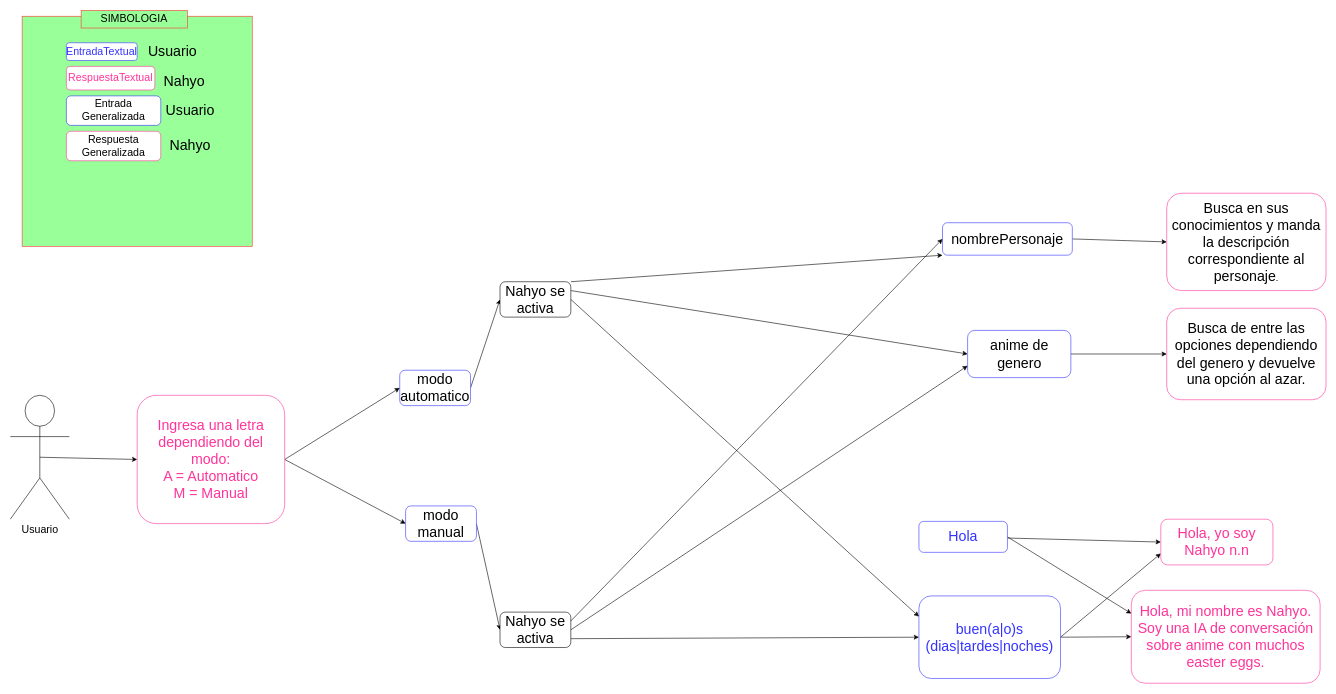
Earlier version of the draw.io diagram Diagrama/DiagramaGeneral.drawio (cynthializbeth/ChatBot). Source tidied: cells renumbered, new cells numbered last; positions are measured from the earlier drawing's top-left corner, leaving out a move shared by most shapes. Both pictures are drawn from the tidied source at 59%, with x=0, y=0 at pixel (10, 10).
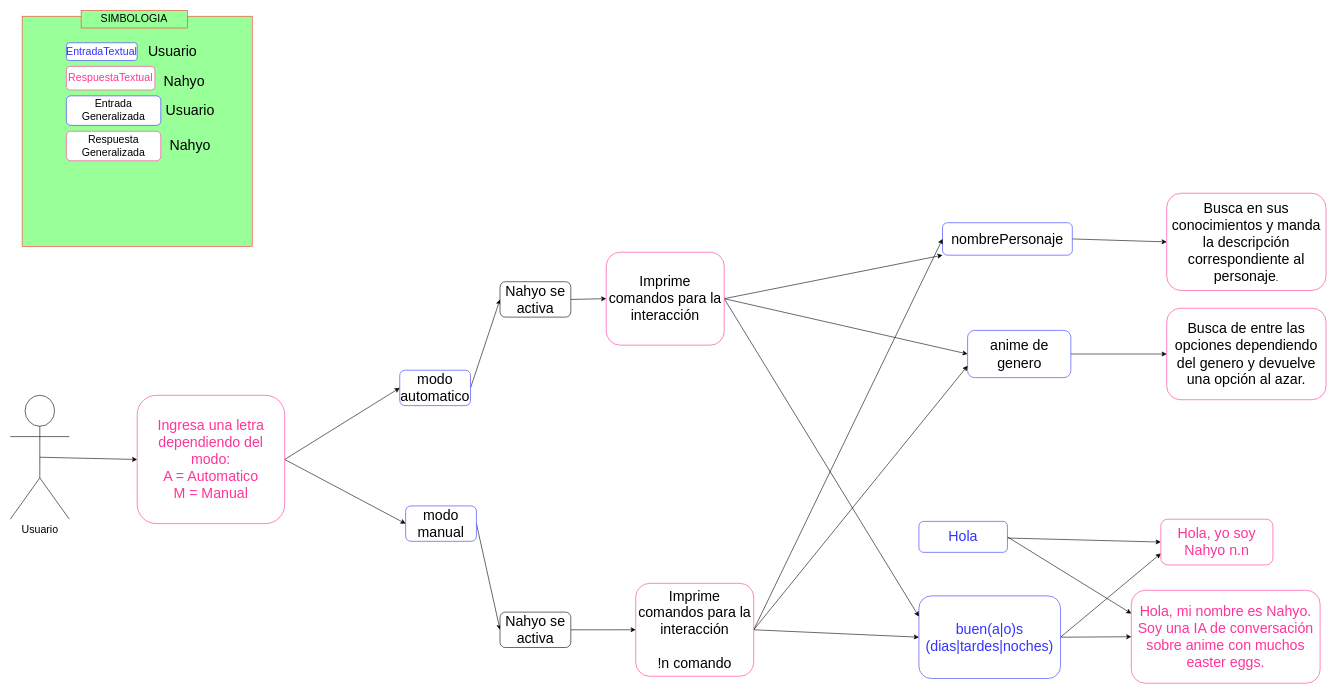
Above is the later version.

Unchanged cells that the change refers to:
```xml
<mxCell id="8" value="&lt;font style=&quot;font-size: 24px;&quot; color=&quot;#3333FF&quot;&gt;buen(a|o)s (dias|tardes|noches)&lt;/font&gt;" style="rounded=1;whiteSpace=wrap;html=1;strokeColor=#3333FF;" parent="1" vertex="1">
  <mxGeometry x="1540" y="992.5" width="240" height="140" as="geometry" />
</mxCell>
<mxCell id="20" value="&lt;font style=&quot;font-size: 24px;&quot;&gt;nombrePersonaje&lt;/font&gt;" style="rounded=1;whiteSpace=wrap;html=1;strokeColor=#3333FF;" parent="1" vertex="1">
  <mxGeometry x="1580" y="360" width="220" height="55" as="geometry" />
</mxCell>
<mxCell id="23" value="&lt;font style=&quot;font-size: 24px;&quot;&gt;anime de genero&lt;/font&gt;" style="rounded=1;whiteSpace=wrap;html=1;strokeColor=#3333FF;" parent="1" vertex="1">
  <mxGeometry x="1622.5" y="542.5" width="175" height="80" as="geometry" />
</mxCell>
<mxCell id="35" value="Nahyo se activa" style="rounded=1;whiteSpace=wrap;html=1;fontSize=24;" parent="1" vertex="1">
  <mxGeometry x="830" y="460" width="120" height="60" as="geometry" />
</mxCell>
<mxCell id="39" value="Nahyo se activa" style="rounded=1;whiteSpace=wrap;html=1;fontSize=24;" parent="1" vertex="1">
  <mxGeometry x="830" y="1020" width="120" height="60" as="geometry" />
</mxCell>
```

Diff of the diagram source:
```diff
@@
-    <mxCell id="32" style="edgeStyle=none;rounded=0;jettySize=auto;html=1;exitX=1;exitY=0.5;exitDx=0;exitDy=0;entryX=0;entryY=0.25;entryDx=0;entryDy=0;fontSize=24;" parent="1" edge="1" source="35" target="8">
+    <mxCell id="32" style="edgeStyle=none;rounded=0;jettySize=auto;html=1;exitX=1;exitY=0.5;exitDx=0;exitDy=0;entryX=0;entryY=0.25;entryDx=0;entryDy=0;fontSize=24;" parent="1" edge="1" source="46" target="8">
       <mxGeometry relative="1" as="geometry" />
     </mxCell>
-    <mxCell id="33" style="edgeStyle=none;rounded=0;jettySize=auto;html=1;exitX=1;exitY=0.25;exitDx=0;exitDy=0;entryX=0;entryY=0.5;entryDx=0;entryDy=0;fontSize=24;" parent="1" edge="1" source="35" target="23">
+    <mxCell id="33" style="edgeStyle=none;rounded=0;jettySize=auto;html=1;exitX=1;exitY=0.5;exitDx=0;exitDy=0;entryX=0;entryY=0.5;entryDx=0;entryDy=0;fontSize=24;" parent="1" edge="1" source="46" target="23">
       <mxGeometry relative="1" as="geometry" />
     </mxCell>
-    <mxCell id="34" style="edgeStyle=none;rounded=0;jettySize=auto;html=1;exitX=1;exitY=0;exitDx=0;exitDy=0;fontSize=24;entryX=0;entryY=1;entryDx=0;entryDy=0;" parent="1" edge="1" source="35" target="20">
+    <mxCell id="34" style="edgeStyle=none;rounded=0;jettySize=auto;html=1;fontSize=24;entryX=0;entryY=1;entryDx=0;entryDy=0;exitX=1;exitY=0.5;exitDx=0;exitDy=0;" parent="1" edge="1" source="46" target="20">
       <mxGeometry relative="1" as="geometry" />
     </mxCell>
+    <mxCell id="43" style="edgeStyle=none;rounded=0;jettySize=auto;html=1;exitX=1;exitY=0.5;exitDx=0;exitDy=0;fontSize=24;entryX=0;entryY=0.5;entryDx=0;entryDy=0;" parent="1" edge="1" source="35" target="46">
+      <mxGeometry relative="1" as="geometry" />
+    </mxCell>
@@
-    <mxCell id="36" style="edgeStyle=none;rounded=0;jettySize=auto;html=1;exitX=1;exitY=0.75;exitDx=0;exitDy=0;entryX=0;entryY=0.5;entryDx=0;entryDy=0;fontSize=24;" parent="1" edge="1" source="39" target="8">
-      <mxGeometry relative="1" as="geometry" />
-    </mxCell>
-    <mxCell id="37" style="edgeStyle=none;rounded=0;jettySize=auto;html=1;exitX=1;exitY=0.5;exitDx=0;exitDy=0;entryX=0;entryY=0.75;entryDx=0;entryDy=0;fontSize=24;" parent="1" edge="1" source="39" target="23">
+    <mxCell id="37" style="edgeStyle=none;rounded=0;jettySize=auto;html=1;exitX=1;exitY=0.5;exitDx=0;exitDy=0;entryX=0;entryY=0.75;entryDx=0;entryDy=0;fontSize=24;" parent="1" edge="1" source="47" target="23">
       <mxGeometry relative="1" as="geometry" />
     </mxCell>
-    <mxCell id="38" style="edgeStyle=none;rounded=0;jettySize=auto;html=1;exitX=1;exitY=0.25;exitDx=0;exitDy=0;entryX=0;entryY=0.5;entryDx=0;entryDy=0;fontSize=24;" parent="1" edge="1" source="39" target="20">
+    <mxCell id="38" style="edgeStyle=none;rounded=0;jettySize=auto;html=1;exitX=1;exitY=0.5;exitDx=0;exitDy=0;entryX=0;entryY=0.5;entryDx=0;entryDy=0;fontSize=24;" parent="1" edge="1" source="47" target="20">
       <mxGeometry relative="1" as="geometry" />
     </mxCell>
+    <mxCell id="44" style="edgeStyle=none;rounded=0;jettySize=auto;html=1;exitX=1;exitY=0.5;exitDx=0;exitDy=0;entryX=0;entryY=0.5;entryDx=0;entryDy=0;fontSize=24;" parent="1" edge="1" source="39" target="47">
+      <mxGeometry relative="1" as="geometry" />
+    </mxCell>
@@
+    <mxCell id="45" style="rounded=0;jettySize=auto;html=1;exitX=1;exitY=0.5;exitDx=0;exitDy=0;fontSize=24;entryX=0;entryY=0.5;entryDx=0;entryDy=0;" parent="1" edge="1" source="47" target="8">
+      <mxGeometry relative="1" as="geometry" />
+    </mxCell>
+    <mxCell id="46" value="&lt;font style=&quot;font-size: 24px;&quot;&gt;Imprime comandos para la interacción&lt;/font&gt;" style="rounded=1;whiteSpace=wrap;html=1;strokeColor=#FF3399;" parent="1" vertex="1">
+      <mxGeometry x="1010" y="410" width="200" height="157.5" as="geometry" />
+    </mxCell>
+    <mxCell id="47" value="&lt;div&gt;&lt;font style=&quot;font-size: 24px;&quot;&gt;Imprime comandos para la interacción&lt;/font&gt;&lt;/div&gt;&lt;div&gt;&lt;font style=&quot;font-size: 24px;&quot;&gt;&lt;br&gt;&lt;/font&gt;&lt;/div&gt;&lt;div&gt;&lt;font style=&quot;font-size: 24px;&quot;&gt;!n comando &lt;br&gt;&lt;/font&gt;&lt;/div&gt;" style="rounded=1;whiteSpace=wrap;html=1;strokeColor=#FF3399;" parent="1" vertex="1">
+      <mxGeometry x="1060" y="971.2" width="200" height="157.5" as="geometry" />
+    </mxCell>
```
